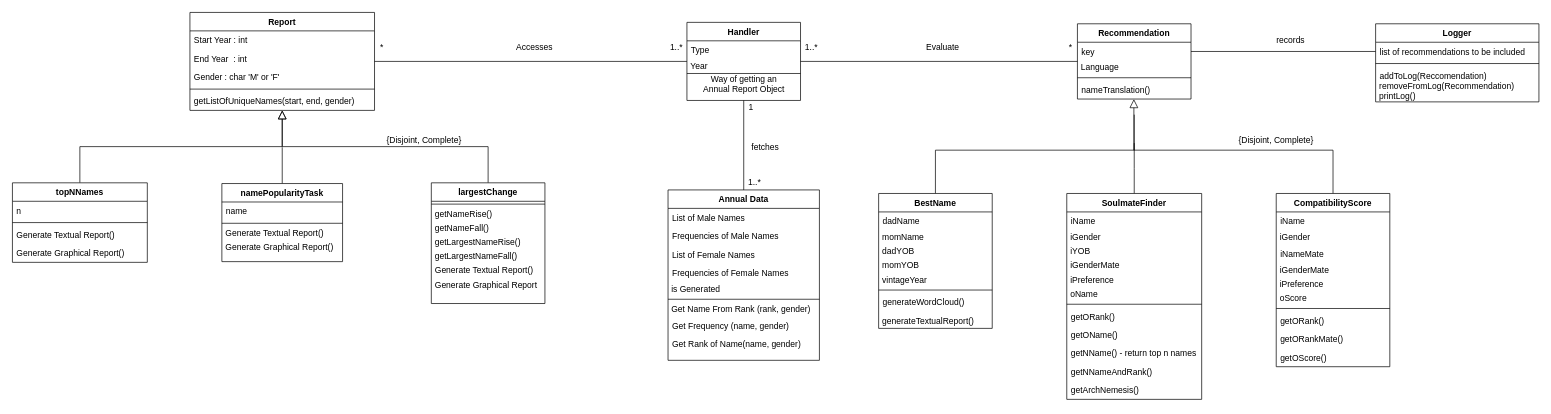
This is UML/implementation.drawio from hjjeongaa/3111H-project-t23, a draw.io file, before an edit. Source tidied: cells renumbered, new cells numbered last; positions are measured from the earlier drawing's top-left corner, leaving out a move shared by most shapes. Both pictures are drawn from the tidied source at 71%, with x=0, y=0 at pixel (12, 12).
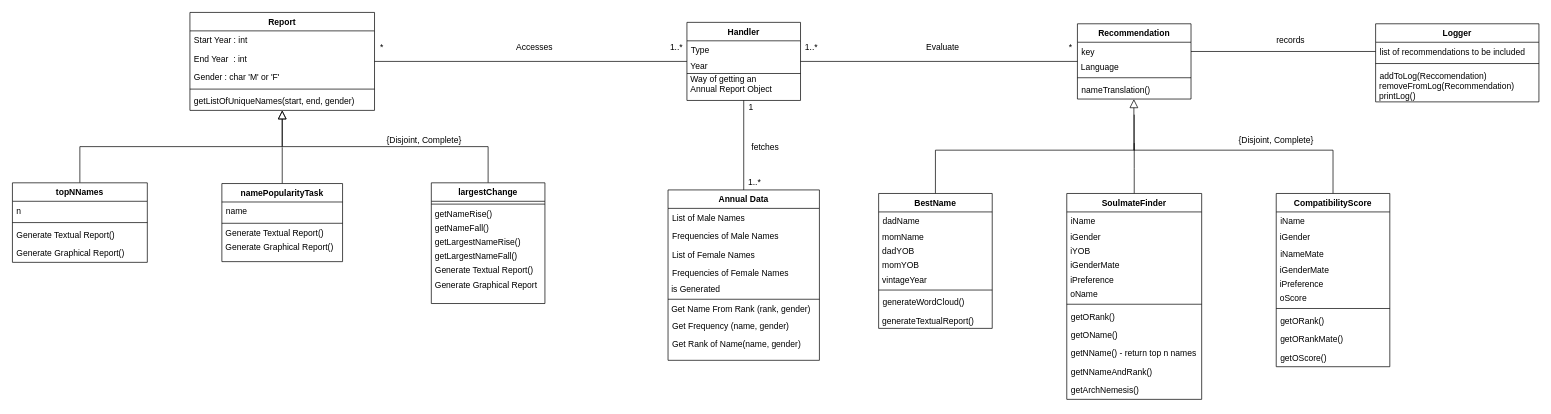
Above is the later version.

Unchanged cells that the change refers to:
```xml
<mxCell id="46" value="Handler" style="swimlane;fontStyle=1;align=center;verticalAlign=top;horizontal=1;startSize=26;rounded=0;shadow=0;strokeWidth=1;" parent="1" vertex="1">
  <mxGeometry x="950" y="14" width="160" height="110" as="geometry" />
</mxCell>
```

Diff of the diagram source:
```diff
@@
-    <mxCell id="50" value="Way of getting an &lt;br&gt;Annual Report Object" style="text;html=1;align=center;verticalAlign=middle;" parent="46" vertex="1">
+    <mxCell id="50" value="&amp;nbsp;Way of getting an&amp;nbsp;&lt;br&gt;&amp;nbsp;Annual Report Object" style="text;html=1;align=left;verticalAlign=middle;" parent="46" vertex="1">
       <mxGeometry y="72" width="160" height="30" as="geometry" />
     </mxCell>
```
